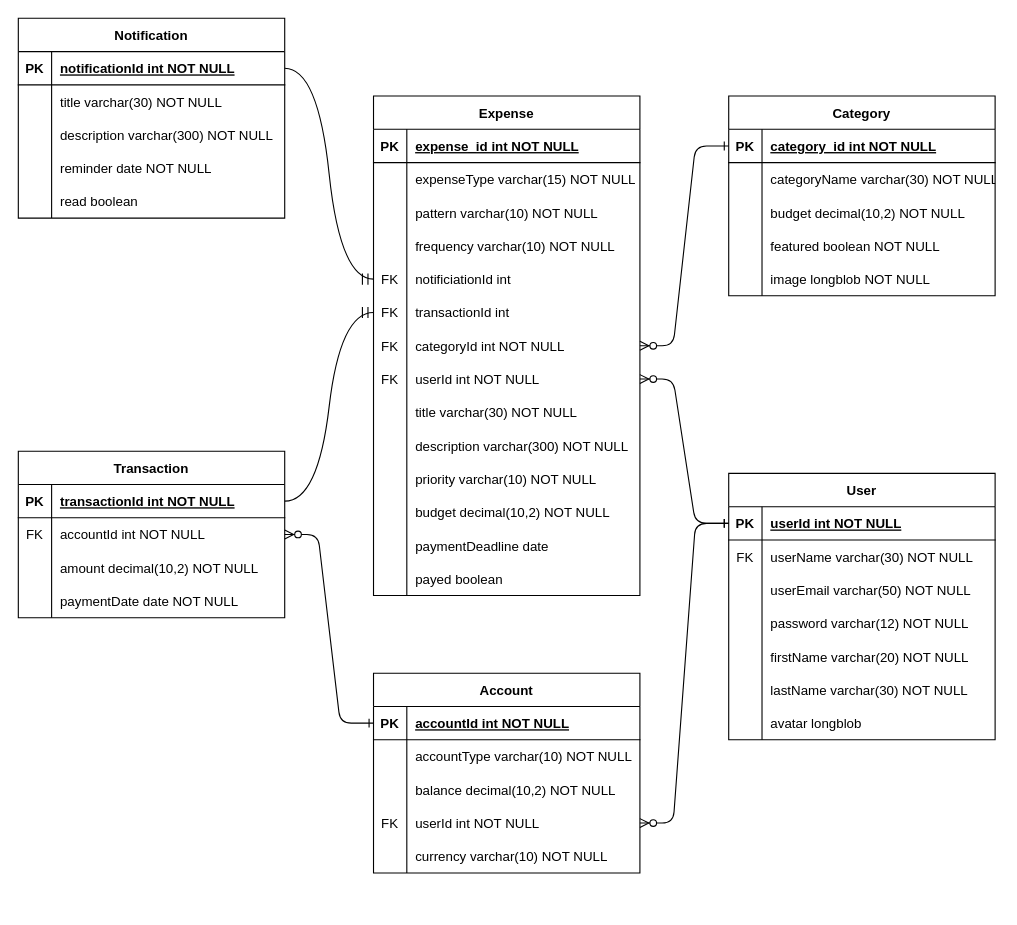
Earlier version of the draw.io diagram documentation/diagrams/expense-tracker-erd.drawio (ahmadmoumneh/expense-tracker). Source tidied: cells renumbered, new cells numbered last; positions are measured from the earlier drawing's top-left corner, leaving out a move shared by most shapes. Both pictures are drawn from the tidied source at 111%, with x=0, y=0 at pixel (18, 18).
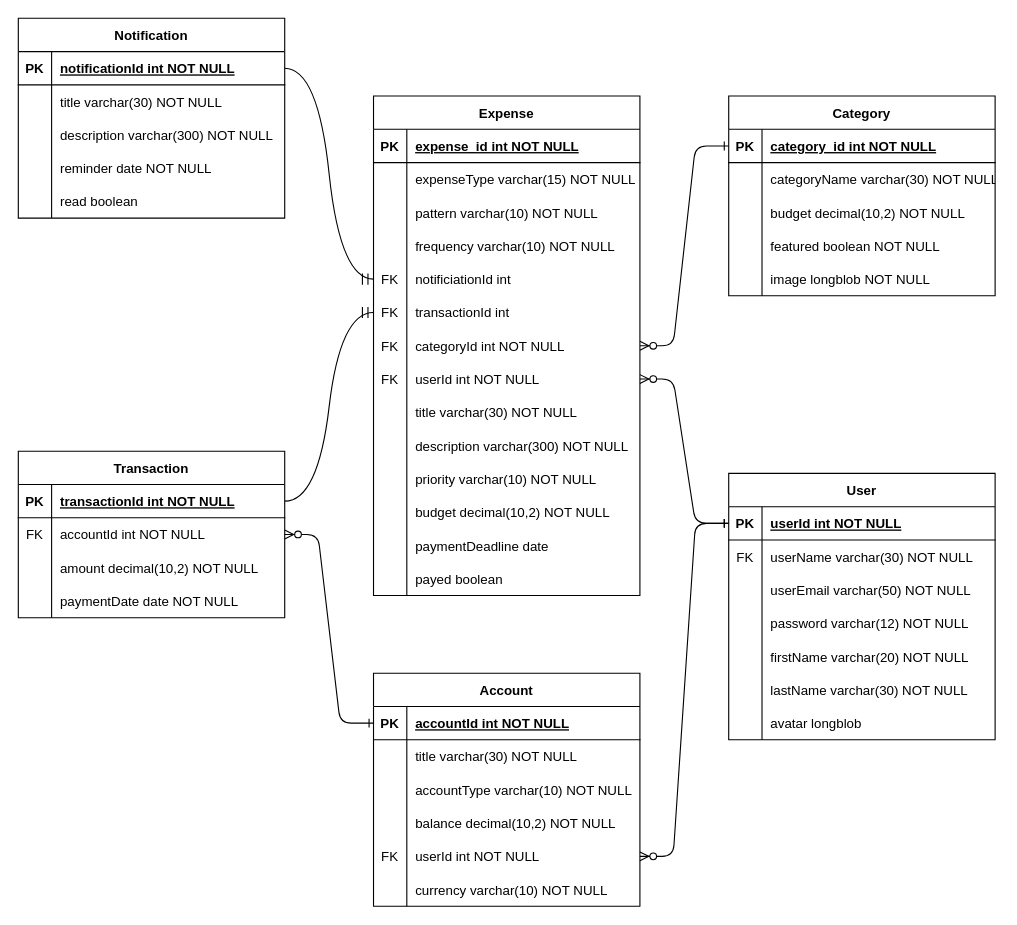
After the change.

Commit message:
added title for account table

Diff of the diagram source:
```diff
@@
     <mxCell id="84" value="Account" style="shape=table;startSize=30;childLayout=tableLayout;rowLines=0;fontStyle=1;align=center;" parent="1" vertex="1">
-      <mxGeometry x="320" y="590" width="240" height="180" as="geometry" />
+      <mxGeometry x="320" y="590" width="240" height="210" as="geometry" />
     </mxCell>
@@
+    <mxCell id="134" style="shape=partialRectangle;fillColor=none;top=0;left=0;right=0;bottom=0;" parent="84" vertex="1">
+      <mxGeometry y="60" width="240" height="30" as="geometry" />
+    </mxCell>
+    <mxCell id="135" style="shape=partialRectangle;overflow=hidden;fillColor=none;top=0;left=0;bottom=0;right=0;" parent="134" vertex="1">
+      <mxGeometry width="30" height="30" as="geometry" />
+    </mxCell>
+    <mxCell id="136" value="title varchar(30) NOT NULL" style="shape=partialRectangle;overflow=hidden;fillColor=none;top=0;left=0;bottom=0;right=0;align=left;spacingLeft=6;" parent="134" vertex="1">
+      <mxGeometry x="30" width="210" height="30" as="geometry" />
+    </mxCell>
     <mxCell id="88" style="shape=partialRectangle;fillColor=none;top=0;left=0;right=0;bottom=0;" parent="84" vertex="1">
-      <mxGeometry y="60" width="240" height="30" as="geometry" />
+      <mxGeometry y="90" width="240" height="30" as="geometry" />
     </mxCell>
@@
     <mxCell id="91" style="shape=partialRectangle;fillColor=none;top=0;left=0;right=0;bottom=0;" parent="84" vertex="1">
-      <mxGeometry y="90" width="240" height="30" as="geometry" />
+      <mxGeometry y="120" width="240" height="30" as="geometry" />
     </mxCell>
@@
     <mxCell id="94" style="shape=partialRectangle;fillColor=none;points=[[0,0.5],[1,0.5]];portConstraint=eastwest;top=0;left=0;right=0;bottom=0;" parent="84" vertex="1">
-      <mxGeometry y="120" width="240" height="30" as="geometry" />
+      <mxGeometry y="150" width="240" height="30" as="geometry" />
     </mxCell>
@@
     <mxCell id="97" style="shape=partialRectangle;fillColor=none;top=0;left=0;right=0;bottom=0;" parent="84" vertex="1">
-      <mxGeometry y="150" width="240" height="30" as="geometry" />
+      <mxGeometry y="180" width="240" height="30" as="geometry" />
     </mxCell>
```
